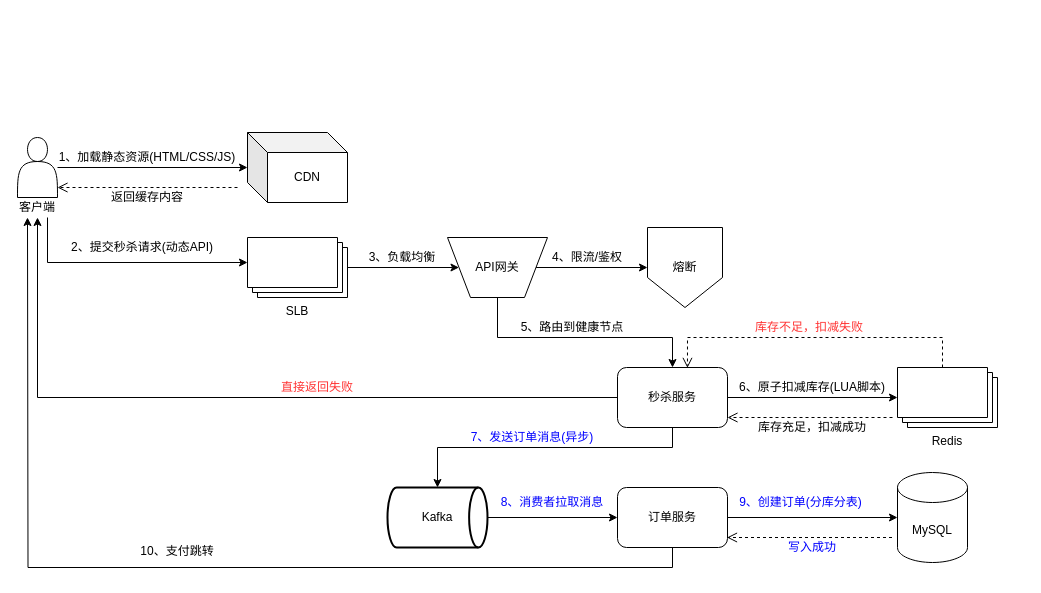
This is achitecture_diagram/百万级QPS-电商秒杀系统数据流.drawio from abigalexy/online_drawing, a draw.io file, before an edit. Source tidied: cells renumbered, new cells numbered last; positions are measured from the earlier drawing's top-left corner, leaving out a move shared by most shapes. Both pictures are drawn from the tidied source at 100%, with x=0, y=0 at pixel (17, 132).
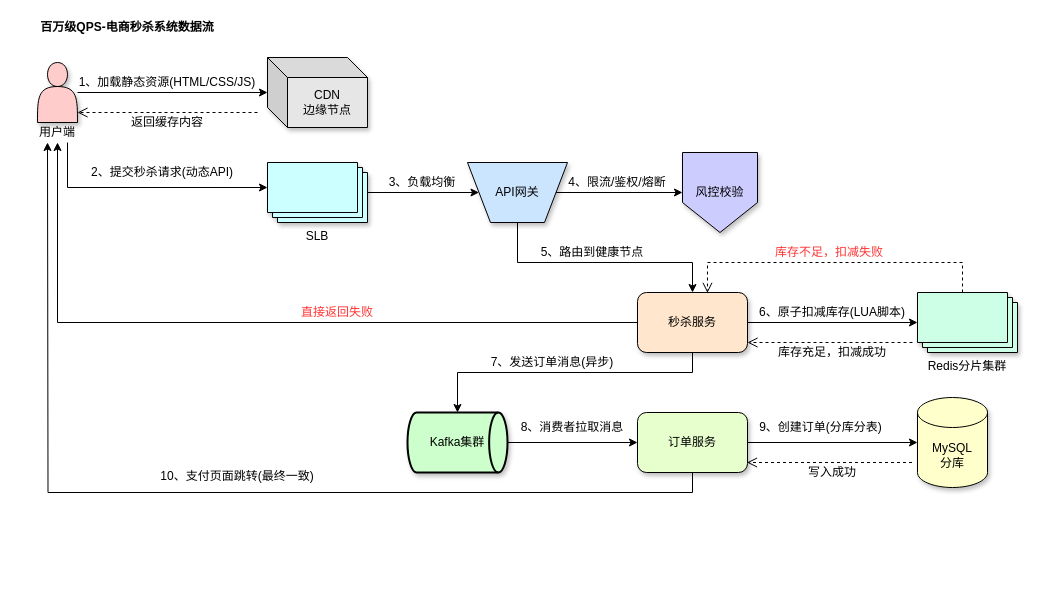
After the change.

Commit message:
更新百万级QPS-电商秒杀系统数据流.drawio

The edit, as a diff of the source:
```diff
@@
-    <mxCell id="2" style="edgeStyle=orthogonalEdgeStyle;rounded=0;jettySize=auto;html=1;" parent="1" edge="1" source="3" target="4">
-      <mxGeometry relative="1" as="geometry" />
-    </mxCell>
+    <mxCell id="43" style="group;" parent="1" vertex="1">
+      <mxGeometry x="20" y="-75" width="980" height="430" as="geometry" />
+    </mxCell>
-    <mxCell id="3" style="shape=actor;whiteSpace=wrap;html=1;" parent="1" vertex="1">
+    <mxCell id="3" style="shape=actor;whiteSpace=wrap;html=1;shadow=1;fillColor=#FFCCCC;" parent="43" vertex="1">
       <mxGeometry y="5" width="40" height="60" as="geometry" />
     </mxCell>
-    <mxCell id="4" value="CDN" style="shape=cube;whiteSpace=wrap;html=1;boundedLbl=1;backgroundOutline=1;darkOpacity=0.05;darkOpacity2=0.1;" parent="1" vertex="1">
+    <mxCell id="4" value="CDN&lt;br&gt;边缘节点" style="shape=cube;whiteSpace=wrap;html=1;boundedLbl=1;backgroundOutline=1;darkOpacity=0.05;darkOpacity2=0.1;fillColor=#E6E6E6;shadow=1;" parent="43" vertex="1">
       <mxGeometry x="230" width="100" height="70" as="geometry" />
     </mxCell>
-    <mxCell id="5" style="edgeStyle=orthogonalEdgeStyle;rounded=0;jettySize=auto;html=1;entryX=0;entryY=0.5;entryDx=0;entryDy=0;" parent="1" edge="1" source="6" target="9">
-      <mxGeometry relative="1" as="geometry" />
-    </mxCell>
-    <mxCell id="6" value="SLB" style="verticalLabelPosition=bottom;verticalAlign=top;html=1;shape=mxgraph.basic.layered_rect;dx=10;outlineConnect=0;whiteSpace=wrap;" parent="1" vertex="1">
+    <mxCell id="6" value="SLB" style="verticalLabelPosition=bottom;verticalAlign=top;html=1;shape=mxgraph.basic.layered_rect;dx=10;outlineConnect=0;whiteSpace=wrap;fillColor=#CCFFFF;shadow=1;" parent="43" vertex="1">
       <mxGeometry x="230" y="105" width="100" height="60" as="geometry" />
     </mxCell>
-    <mxCell id="7" style="edgeStyle=orthogonalEdgeStyle;rounded=0;jettySize=auto;html=1;entryX=0;entryY=0.5;entryDx=0;entryDy=0;" parent="1" edge="1" source="9" target="26">
-      <mxGeometry relative="1" as="geometry" />
-    </mxCell>
-    <mxCell id="8" style="edgeStyle=orthogonalEdgeStyle;rounded=0;jettySize=auto;html=1;entryX=0.5;entryY=0;entryDx=0;entryDy=0;exitX=0.5;exitY=1;exitDx=0;exitDy=0;" parent="1" edge="1" source="9" target="15">
+    <mxCell id="8" style="edgeStyle=orthogonalEdgeStyle;rounded=0;jettySize=auto;html=1;entryX=0.5;entryY=0;entryDx=0;entryDy=0;exitX=0.5;exitY=1;exitDx=0;exitDy=0;" parent="43" edge="1" source="9" target="15">
       <mxGeometry relative="1" as="geometry">
         <Array as="points">
           <mxPoint x="480" y="205" />
           <mxPoint x="655" y="205" />
         </Array>
       </mxGeometry>
     </mxCell>
-    <mxCell id="9" value="API网关" style="verticalLabelPosition=middle;verticalAlign=middle;html=1;shape=trapezoid;perimeter=trapezoidPerimeter;whiteSpace=wrap;size=0.23;arcSize=10;flipV=1;labelPosition=center;align=center;" parent="1" vertex="1">
+    <mxCell id="9" value="API网关" style="verticalLabelPosition=middle;verticalAlign=middle;html=1;shape=trapezoid;perimeter=trapezoidPerimeter;whiteSpace=wrap;size=0.23;arcSize=10;flipV=1;labelPosition=center;align=center;fillColor=#CCE5FF;shadow=1;" parent="43" vertex="1">
       <mxGeometry x="430" y="105" width="100" height="60" as="geometry" />
     </mxCell>
-    <mxCell id="10" style="edgeStyle=orthogonalEdgeStyle;rounded=0;jettySize=auto;html=1;exitX=1;exitY=0.5;exitDx=0;exitDy=0;exitPerimeter=0;entryX=0;entryY=0.5;entryDx=0;entryDy=0;" parent="1" edge="1" source="11" target="18">
+    <mxCell id="10" style="edgeStyle=orthogonalEdgeStyle;rounded=0;jettySize=auto;html=1;exitX=1;exitY=0.5;exitDx=0;exitDy=0;exitPerimeter=0;entryX=0;entryY=0.5;entryDx=0;entryDy=0;" parent="43" edge="1" source="11" target="18">
       <mxGeometry relative="1" as="geometry" />
     </mxCell>
-    <mxCell id="11" value="Kafka" style="strokeWidth=2;html=1;shape=mxgraph.flowchart.direct_data;whiteSpace=wrap;" parent="1" vertex="1">
+    <mxCell id="11" value="Kafka集群" style="strokeWidth=2;html=1;shape=mxgraph.flowchart.direct_data;whiteSpace=wrap;fillColor=#CCFFCC;shadow=1;" parent="43" vertex="1">
       <mxGeometry x="370" y="355" width="100" height="60" as="geometry" />
     </mxCell>
-    <mxCell id="12" value="Redis" style="verticalLabelPosition=bottom;verticalAlign=top;html=1;shape=mxgraph.basic.layered_rect;dx=10;outlineConnect=0;whiteSpace=wrap;" parent="1" vertex="1">
+    <mxCell id="12" value="Redis分片集群" style="verticalLabelPosition=bottom;verticalAlign=top;html=1;shape=mxgraph.basic.layered_rect;dx=10;outlineConnect=0;whiteSpace=wrap;fillColor=#CCFFE6;shadow=1;" parent="43" vertex="1">
       <mxGeometry x="880" y="235" width="100" height="60" as="geometry" />
     </mxCell>
-    <mxCell id="13" style="edgeStyle=orthogonalEdgeStyle;rounded=0;jettySize=auto;html=1;" parent="1" edge="1" source="15" target="12">
-      <mxGeometry relative="1" as="geometry" />
-    </mxCell>
-    <mxCell id="14" style="edgeStyle=orthogonalEdgeStyle;rounded=0;jettySize=auto;html=1;entryX=0.5;entryY=1;entryDx=0;entryDy=0;" parent="1" edge="1" source="15" target="42">
+    <mxCell id="14" style="edgeStyle=orthogonalEdgeStyle;rounded=0;jettySize=auto;html=1;entryX=0.5;entryY=1;entryDx=0;entryDy=0;" parent="43" edge="1" source="15" target="42">
       <mxGeometry relative="1" as="geometry" />
     </mxCell>
-    <mxCell id="15" value="秒杀服务" style="rounded=1;whiteSpace=wrap;html=1;" parent="1" vertex="1">
+    <mxCell id="15" value="秒杀服务" style="rounded=1;whiteSpace=wrap;html=1;shadow=1;fillColor=#FFE6CC;" parent="43" vertex="1">
       <mxGeometry x="600" y="235" width="110" height="60" as="geometry" />
     </mxCell>
-    <mxCell id="16" style="edgeStyle=orthogonalEdgeStyle;rounded=0;jettySize=auto;html=1;" parent="1" edge="1" source="18" target="19">
-      <mxGeometry relative="1" as="geometry" />
-    </mxCell>
-    <mxCell id="17" style="edgeStyle=orthogonalEdgeStyle;rounded=0;jettySize=auto;html=1;exitX=0.5;exitY=1;exitDx=0;exitDy=0;" parent="1" edge="1" source="18">
+    <mxCell id="17" style="edgeStyle=orthogonalEdgeStyle;rounded=0;jettySize=auto;html=1;exitX=0.5;exitY=1;exitDx=0;exitDy=0;" parent="43" edge="1" source="18">
       <mxGeometry relative="1" as="geometry">
         <mxPoint x="10" y="85" as="targetPoint" />
       </mxGeometry>
     </mxCell>
-    <mxCell id="18" value="订单服务" style="rounded=1;whiteSpace=wrap;html=1;" parent="1" vertex="1">
+    <mxCell id="18" value="订单服务" style="rounded=1;whiteSpace=wrap;html=1;fillColor=#E6FFCC;shadow=1;" parent="43" vertex="1">
       <mxGeometry x="600" y="355" width="110" height="60" as="geometry" />
     </mxCell>
-    <mxCell id="19" value="MySQL" style="shape=cylinder3;whiteSpace=wrap;html=1;boundedLbl=1;backgroundOutline=1;size=15;" parent="1" vertex="1">
+    <mxCell id="19" value="MySQL&lt;br&gt;分库" style="shape=cylinder3;whiteSpace=wrap;html=1;boundedLbl=1;backgroundOutline=1;size=15;fillColor=#FFFFCC;shadow=1;" parent="43" vertex="1">
       <mxGeometry x="880" y="340" width="70" height="90" as="geometry" />
     </mxCell>
-    <mxCell id="20" value="1、加载静态资源(HTML/CSS/JS)" style="text;strokeColor=none;align=center;fillColor=none;html=1;verticalAlign=middle;whiteSpace=wrap;rounded=0;" parent="1" vertex="1">
-      <mxGeometry x="40" y="15" width="180" height="20" as="geometry" />
-    </mxCell>
-    <mxCell id="21" style="html=1;verticalAlign=bottom;endArrow=open;dashed=1;endSize=8;curved=0;rounded=0;" parent="1" edge="1">
-      <mxGeometry relative="1" as="geometry">
-        <mxPoint x="220" y="55" as="sourcePoint" />
-        <mxPoint x="40" y="55" as="targetPoint" />
-      </mxGeometry>
-    </mxCell>
-    <mxCell id="22" value="返回缓存内容" style="text;strokeColor=none;align=center;fillColor=none;html=1;verticalAlign=middle;whiteSpace=wrap;rounded=0;" parent="1" vertex="1">
-      <mxGeometry x="90" y="55" width="80" height="20" as="geometry" />
-    </mxCell>
-    <mxCell id="23" style="edgeStyle=orthogonalEdgeStyle;rounded=0;jettySize=auto;html=1;entryX=0;entryY=0;entryDx=0;entryDy=25;entryPerimeter=0;" parent="1" edge="1" target="6">
+    <mxCell id="23" style="edgeStyle=orthogonalEdgeStyle;rounded=0;jettySize=auto;html=1;entryX=0;entryY=0;entryDx=0;entryDy=25;entryPerimeter=0;" parent="43" edge="1" target="6">
       <mxGeometry relative="1" as="geometry">
         <mxPoint x="30" y="85" as="sourcePoint" />
         <Array as="points">
           <mxPoint x="30" y="130" />
         </Array>
       </mxGeometry>
     </mxCell>
-    <mxCell id="24" value="2、提交秒杀请求(动态API)" style="text;strokeColor=none;align=center;fillColor=none;html=1;verticalAlign=middle;whiteSpace=wrap;rounded=0;" parent="1" vertex="1">
+    <mxCell id="24" value="2、提交秒杀请求(动态API)" style="text;strokeColor=none;align=center;fillColor=none;html=1;verticalAlign=middle;whiteSpace=wrap;rounded=0;" parent="43" vertex="1">
       <mxGeometry x="50" y="105" width="150" height="20" as="geometry" />
     </mxCell>
-    <mxCell id="25" value="3、负载均衡" style="text;strokeColor=none;align=center;fillColor=none;html=1;verticalAlign=middle;whiteSpace=wrap;rounded=0;" parent="1" vertex="1">
-      <mxGeometry x="350" y="115" width="70" height="20" as="geometry" />
-    </mxCell>
-    <mxCell id="26" value="熔断" style="shape=offPageConnector;whiteSpace=wrap;html=1;" parent="1" vertex="1">
-      <mxGeometry x="630" y="95" width="75" height="80" as="geometry" />
+    <mxCell id="26" value="风控校验" style="shape=offPageConnector;whiteSpace=wrap;html=1;fillColor=#CCCCFF;shadow=1;" parent="43" vertex="1">
+      <mxGeometry x="645" y="95" width="75" height="80" as="geometry" />
     </mxCell>
-    <mxCell id="27" value="5、路由到健康节点" style="text;strokeColor=none;align=center;fillColor=none;html=1;verticalAlign=middle;whiteSpace=wrap;rounded=0;" parent="1" vertex="1">
+    <mxCell id="27" value="5、路由到健康节点" style="text;strokeColor=none;align=center;fillColor=none;html=1;verticalAlign=middle;whiteSpace=wrap;rounded=0;" parent="43" vertex="1">
       <mxGeometry x="500" y="185" width="110" height="20" as="geometry" />
     </mxCell>
-    <mxCell id="28" value="6、原子扣减库存(LUA脚本)" style="text;strokeColor=none;align=center;fillColor=none;html=1;verticalAlign=middle;whiteSpace=wrap;rounded=0;" parent="1" vertex="1">
-      <mxGeometry x="720" y="245" width="150" height="20" as="geometry" />
-    </mxCell>
-    <mxCell id="29" style="html=1;verticalAlign=bottom;endArrow=open;dashed=1;endSize=8;curved=0;rounded=0;" parent="1" edge="1">
-      <mxGeometry relative="1" as="geometry">
-        <mxPoint x="875" y="285" as="sourcePoint" />
-        <mxPoint x="710" y="285" as="targetPoint" />
-      </mxGeometry>
-    </mxCell>
-    <mxCell id="30" value="&lt;font style=&quot;color: rgb(0, 0, 0);&quot;&gt;库存充足，扣减成功&lt;/font&gt;" style="text;strokeColor=none;align=center;fillColor=none;html=1;verticalAlign=middle;whiteSpace=wrap;rounded=0;" parent="1" vertex="1">
-      <mxGeometry x="740" y="285" width="110" height="20" as="geometry" />
-    </mxCell>
-    <mxCell id="31" value="&lt;font style=&quot;color: rgb(0, 0, 255);&quot;&gt;7、发送订单消息(异步)&lt;/font&gt;" style="text;strokeColor=none;align=center;fillColor=none;html=1;verticalAlign=middle;whiteSpace=wrap;rounded=0;" parent="1" vertex="1">
+    <mxCell id="31" value="&lt;font style=&quot;color: rgb(0, 0, 0);&quot;&gt;7、发送订单消息(异步)&lt;/font&gt;" style="text;strokeColor=none;align=center;fillColor=none;html=1;verticalAlign=middle;whiteSpace=wrap;rounded=0;" parent="43" vertex="1">
       <mxGeometry x="450" y="295" width="130" height="20" as="geometry" />
     </mxCell>
-    <mxCell id="32" value="&lt;font style=&quot;color: rgb(0, 0, 255);&quot;&gt;8、消费者拉取消息&lt;/font&gt;" style="text;strokeColor=none;align=center;fillColor=none;html=1;verticalAlign=middle;whiteSpace=wrap;rounded=0;" parent="1" vertex="1">
+    <mxCell id="32" value="&lt;font style=&quot;color: rgb(0, 0, 0);&quot;&gt;8、消费者拉取消息&lt;/font&gt;" style="text;strokeColor=none;align=center;fillColor=none;html=1;verticalAlign=middle;whiteSpace=wrap;rounded=0;" parent="43" vertex="1">
       <mxGeometry x="480" y="360" width="110" height="20" as="geometry" />
     </mxCell>
-    <mxCell id="33" value="&lt;font style=&quot;color: rgb(0, 0, 255);&quot;&gt;9、创建订单(分库分表)&lt;/font&gt;" style="text;strokeColor=none;align=center;fillColor=none;html=1;verticalAlign=middle;whiteSpace=wrap;rounded=0;" parent="1" vertex="1">
-      <mxGeometry x="720" y="360" width="127" height="20" as="geometry" />
-    </mxCell>
-    <mxCell id="34" style="edgeStyle=orthogonalEdgeStyle;rounded=0;jettySize=auto;html=1;entryX=0.5;entryY=0;entryDx=0;entryDy=0;entryPerimeter=0;exitX=0.5;exitY=1;exitDx=0;exitDy=0;" parent="1" edge="1" source="15" target="11">
+    <mxCell id="34" style="edgeStyle=orthogonalEdgeStyle;rounded=0;jettySize=auto;html=1;entryX=0.5;entryY=0;entryDx=0;entryDy=0;entryPerimeter=0;exitX=0.5;exitY=1;exitDx=0;exitDy=0;" parent="43" edge="1" source="15" target="11">
       <mxGeometry relative="1" as="geometry">
         <Array as="points">
           <mxPoint x="655" y="315" />
           <mxPoint x="420" y="315" />
         </Array>
       </mxGeometry>
     </mxCell>
-    <mxCell id="35" style="html=1;verticalAlign=bottom;endArrow=open;dashed=1;endSize=8;curved=0;rounded=0;" parent="1" edge="1">
-      <mxGeometry relative="1" as="geometry">
-        <mxPoint x="874.5" y="405" as="sourcePoint" />
-        <mxPoint x="709.5" y="405" as="targetPoint" />
-      </mxGeometry>
-    </mxCell>
-    <mxCell id="36" value="&lt;font style=&quot;color: rgb(0, 0, 255);&quot;&gt;写入成功&lt;/font&gt;" style="text;strokeColor=none;align=center;fillColor=none;html=1;verticalAlign=middle;whiteSpace=wrap;rounded=0;" parent="1" vertex="1">
-      <mxGeometry x="770" y="405" width="50" height="20" as="geometry" />
-    </mxCell>
-    <mxCell id="37" value="10、支付跳转" style="text;strokeColor=none;align=center;fillColor=none;html=1;verticalAlign=middle;whiteSpace=wrap;rounded=0;" parent="1" vertex="1">
-      <mxGeometry x="120" y="407.5" width="80" height="22.5" as="geometry" />
+    <mxCell id="37" value="10、支付页面跳转(最终一致)" style="text;strokeColor=none;align=center;fillColor=none;html=1;verticalAlign=middle;whiteSpace=wrap;rounded=0;" parent="43" vertex="1">
+      <mxGeometry x="120" y="407.5" width="160" height="22.5" as="geometry" />
     </mxCell>
-    <mxCell id="38" style="html=1;verticalAlign=bottom;endArrow=open;dashed=1;endSize=8;curved=0;rounded=0;exitX=0;exitY=0;exitDx=45;exitDy=0;exitPerimeter=0;entryX=0.636;entryY=0.007;entryDx=0;entryDy=0;entryPerimeter=0;" parent="1" edge="1" source="12" target="15">
+    <mxCell id="38" style="html=1;verticalAlign=bottom;endArrow=open;dashed=1;endSize=8;curved=0;rounded=0;exitX=0;exitY=0;exitDx=45;exitDy=0;exitPerimeter=0;entryX=0.636;entryY=0.007;entryDx=0;entryDy=0;entryPerimeter=0;" parent="43" edge="1" source="12" target="15">
       <mxGeometry relative="1" as="geometry">
         <Array as="points">
           <mxPoint x="925" y="205" />
           <mxPoint x="670" y="205" />
         </Array>
       </mxGeometry>
     </mxCell>
-    <mxCell id="39" value="&lt;font style=&quot;color: rgb(255, 51, 51);&quot;&gt;库存不足，扣减失败&lt;/font&gt;" style="text;strokeColor=none;align=center;fillColor=none;html=1;verticalAlign=middle;whiteSpace=wrap;rounded=0;" parent="1" vertex="1">
+    <mxCell id="39" value="&lt;font style=&quot;color: rgb(255, 51, 51);&quot;&gt;库存不足，扣减失败&lt;/font&gt;" style="text;strokeColor=none;align=center;fillColor=none;html=1;verticalAlign=middle;whiteSpace=wrap;rounded=0;" parent="43" vertex="1">
       <mxGeometry x="737" y="185" width="110" height="20" as="geometry" />
     </mxCell>
-    <mxCell id="40" value="&lt;font style=&quot;color: rgb(255, 51, 51);&quot;&gt;直接返回失败&lt;/font&gt;" style="text;strokeColor=none;align=center;fillColor=none;html=1;verticalAlign=middle;whiteSpace=wrap;rounded=0;" parent="1" vertex="1">
+    <mxCell id="40" value="&lt;font style=&quot;color: rgb(255, 51, 51);&quot;&gt;直接返回失败&lt;/font&gt;" style="text;strokeColor=none;align=center;fillColor=none;html=1;verticalAlign=middle;whiteSpace=wrap;rounded=0;" parent="43" vertex="1">
       <mxGeometry x="260" y="245" width="80" height="20" as="geometry" />
     </mxCell>
+    <mxCell id="42" value="用户端" style="text;strokeColor=none;align=center;fillColor=none;html=1;verticalAlign=middle;whiteSpace=wrap;rounded=0;" parent="43" vertex="1">
+      <mxGeometry y="65" width="40" height="20" as="geometry" />
+    </mxCell>
+    <mxCell id="44" style="group;" parent="43" vertex="1">
+      <mxGeometry x="709.5" y="360" width="165" height="65" as="geometry" />
+    </mxCell>
+    <mxCell id="33" value="&lt;font style=&quot;color: rgb(0, 0, 0);&quot;&gt;9、创建订单(分库分表)&lt;/font&gt;" style="text;strokeColor=none;align=center;fillColor=none;html=1;verticalAlign=middle;whiteSpace=wrap;rounded=0;" parent="44" vertex="1">
+      <mxGeometry x="10.5" width="127" height="20" as="geometry" />
+    </mxCell>
+    <mxCell id="35" style="html=1;verticalAlign=bottom;endArrow=open;dashed=1;endSize=8;curved=0;rounded=0;" parent="44" edge="1">
+      <mxGeometry relative="1" as="geometry">
+        <mxPoint x="165" y="45" as="sourcePoint" />
+        <mxPoint y="45" as="targetPoint" />
+      </mxGeometry>
+    </mxCell>
+    <mxCell id="36" value="&lt;font style=&quot;color: rgb(0, 0, 0);&quot;&gt;写入成功&lt;/font&gt;" style="text;strokeColor=none;align=center;fillColor=none;html=1;verticalAlign=middle;whiteSpace=wrap;rounded=0;" parent="44" vertex="1">
+      <mxGeometry x="60.5" y="45" width="50" height="20" as="geometry" />
+    </mxCell>
+    <mxCell id="45" style="group;" parent="43" vertex="1">
+      <mxGeometry x="710" y="245" width="165" height="60" as="geometry" />
+    </mxCell>
+    <mxCell id="28" value="6、原子扣减库存(LUA脚本)" style="text;strokeColor=none;align=center;fillColor=none;html=1;verticalAlign=middle;whiteSpace=wrap;rounded=0;" parent="45" vertex="1">
+      <mxGeometry x="10" width="150" height="20" as="geometry" />
+    </mxCell>
+    <mxCell id="29" style="html=1;verticalAlign=bottom;endArrow=open;dashed=1;endSize=8;curved=0;rounded=0;" parent="45" edge="1">
+      <mxGeometry relative="1" as="geometry">
+        <mxPoint x="165" y="40" as="sourcePoint" />
+        <mxPoint y="40" as="targetPoint" />
+      </mxGeometry>
+    </mxCell>
+    <mxCell id="30" value="&lt;font style=&quot;color: rgb(0, 0, 0);&quot;&gt;库存充足，扣减成功&lt;/font&gt;" style="text;strokeColor=none;align=center;fillColor=none;html=1;verticalAlign=middle;whiteSpace=wrap;rounded=0;" parent="45" vertex="1">
+      <mxGeometry x="30" y="40" width="110" height="20" as="geometry" />
+    </mxCell>
+    <mxCell id="46" style="group;" parent="43" vertex="1">
+      <mxGeometry x="40" y="15" width="180" height="60" as="geometry" />
+    </mxCell>
+    <mxCell id="20" value="1、加载静态资源(HTML/CSS/JS)" style="text;strokeColor=none;align=center;fillColor=none;html=1;verticalAlign=middle;whiteSpace=wrap;rounded=0;" parent="46" vertex="1">
+      <mxGeometry width="180" height="20" as="geometry" />
+    </mxCell>
+    <mxCell id="21" style="html=1;verticalAlign=bottom;endArrow=open;dashed=1;endSize=8;curved=0;rounded=0;" parent="46" edge="1">
+      <mxGeometry relative="1" as="geometry">
+        <mxPoint x="180" y="40" as="sourcePoint" />
+        <mxPoint y="40" as="targetPoint" />
+      </mxGeometry>
+    </mxCell>
+    <mxCell id="22" value="返回缓存内容" style="text;strokeColor=none;align=center;fillColor=none;html=1;verticalAlign=middle;whiteSpace=wrap;rounded=0;" parent="46" vertex="1">
+      <mxGeometry x="50" y="40" width="80" height="20" as="geometry" />
+    </mxCell>
+    <mxCell id="47" style="group;" parent="43" vertex="1">
+      <mxGeometry x="530" y="115" width="100" height="20" as="geometry" />
+    </mxCell>
-    <mxCell id="41" value="4、限流/鉴权" style="text;strokeColor=none;align=center;fillColor=none;html=1;verticalAlign=middle;whiteSpace=wrap;rounded=0;" parent="1" vertex="1">
-      <mxGeometry x="530" y="115" width="80" height="20" as="geometry" />
+    <mxCell id="41" value="4、限流/鉴权/熔断" style="text;strokeColor=none;align=center;fillColor=none;html=1;verticalAlign=middle;whiteSpace=wrap;rounded=0;" parent="47" vertex="1">
+      <mxGeometry width="100" height="20" as="geometry" />
     </mxCell>
-    <mxCell id="42" value="客户端" style="text;strokeColor=none;align=center;fillColor=none;html=1;verticalAlign=middle;whiteSpace=wrap;rounded=0;" parent="1" vertex="1">
-      <mxGeometry y="65" width="40" height="20" as="geometry" />
-    </mxCell>
+    <mxCell id="48" style="group;" parent="43" vertex="1">
+      <mxGeometry x="350" y="115" width="70" height="20" as="geometry" />
+    </mxCell>
+    <mxCell id="25" value="3、负载均衡" style="text;strokeColor=none;align=center;fillColor=none;html=1;verticalAlign=middle;whiteSpace=wrap;rounded=0;" parent="48" vertex="1">
+      <mxGeometry width="70" height="20" as="geometry" />
+    </mxCell>
+    <mxCell id="2" style="edgeStyle=orthogonalEdgeStyle;rounded=0;jettySize=auto;html=1;" parent="43" edge="1" source="3" target="4">
+      <mxGeometry relative="1" as="geometry" />
+    </mxCell>
+    <mxCell id="5" style="edgeStyle=orthogonalEdgeStyle;rounded=0;jettySize=auto;html=1;entryX=0;entryY=0.5;entryDx=0;entryDy=0;" parent="43" edge="1" source="6" target="9">
+      <mxGeometry relative="1" as="geometry" />
+    </mxCell>
+    <mxCell id="13" style="edgeStyle=orthogonalEdgeStyle;rounded=0;jettySize=auto;html=1;" parent="43" edge="1" source="15" target="12">
+      <mxGeometry relative="1" as="geometry" />
+    </mxCell>
+    <mxCell id="16" style="edgeStyle=orthogonalEdgeStyle;rounded=0;jettySize=auto;html=1;" parent="43" edge="1" source="18" target="19">
+      <mxGeometry relative="1" as="geometry" />
+    </mxCell>
+    <mxCell id="7" style="edgeStyle=orthogonalEdgeStyle;rounded=0;jettySize=auto;html=1;entryX=0;entryY=0.5;entryDx=0;entryDy=0;" parent="43" edge="1" source="9" target="26">
+      <mxGeometry relative="1" as="geometry" />
+    </mxCell>
+    <mxCell id="49" value="&lt;div&gt;&lt;b&gt;百万级QPS-电商秒杀系统数据流&lt;/b&gt;&lt;/div&gt;" style="text;strokeColor=none;align=center;fillColor=none;html=1;verticalAlign=middle;whiteSpace=wrap;rounded=0;" parent="1" vertex="1">
+      <mxGeometry x="20" y="-115" width="180" height="20" as="geometry" />
+    </mxCell>
```
